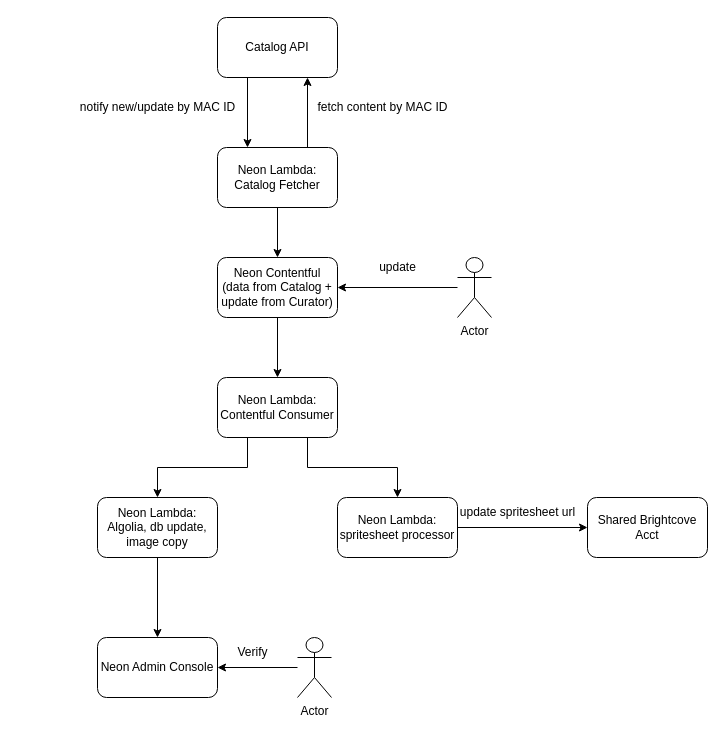
Before: Untitled Diagram.drawio in leoshao/diagrams, a draw.io diagram. Source tidied: cells renumbered, new cells numbered last; positions are measured from the earlier drawing's top-left corner, leaving out a move shared by most shapes. Both pictures are drawn from the tidied source at 100%, with x=0, y=0 at pixel (67, 17).
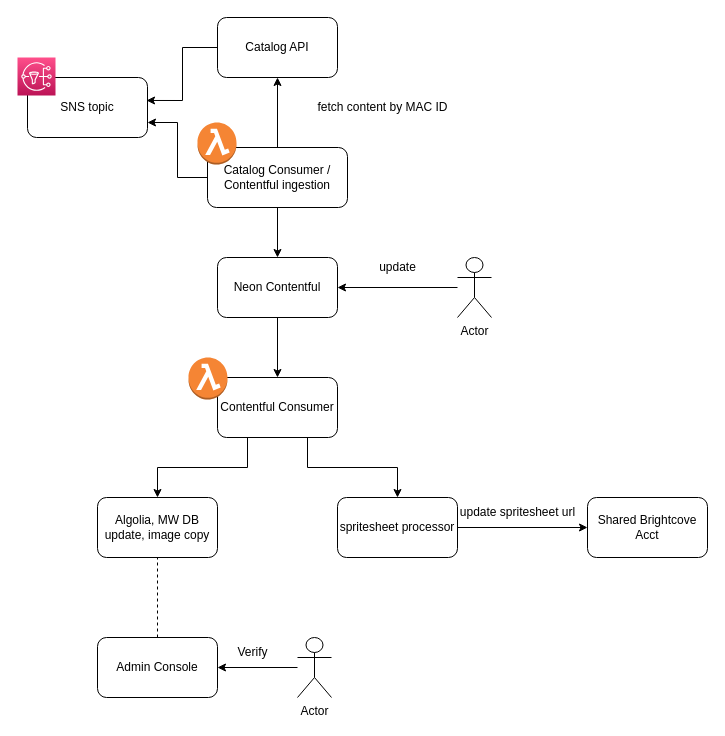
The same page after the edit.

Unchanged cells that the change refers to:
```xml
<mxCell id="5" value="Catalog API" style="rounded=1;whiteSpace=wrap;html=1;" parent="1" vertex="1">
  <mxGeometry x="150" width="120" height="60" as="geometry" />
</mxCell>
```

Diff of the diagram source:
```diff
@@
-    <mxCell id="3" value="Neon Contentful&lt;br&gt;(data from Catalog + update from Curator)" style="rounded=1;whiteSpace=wrap;html=1;" parent="1" vertex="1">
+    <mxCell id="3" value="Neon Contentful" style="rounded=1;whiteSpace=wrap;html=1;" parent="1" vertex="1">
       <mxGeometry x="150" y="240" width="120" height="60" as="geometry" />
     </mxCell>
-    <mxCell id="4" style="edgeStyle=orthogonalEdgeStyle;rounded=0;jettySize=auto;html=1;exitX=0.25;exitY=1;exitDx=0;exitDy=0;entryX=0.25;entryY=0;entryDx=0;entryDy=0;" parent="1" edge="1" source="5" target="8">
-      <mxGeometry relative="1" as="geometry" />
-    </mxCell>
+    <mxCell id="27" style="edgeStyle=orthogonalEdgeStyle;rounded=0;jettySize=auto;html=1;exitX=0;exitY=0.5;exitDx=0;exitDy=0;entryX=0.992;entryY=0.383;entryDx=0;entryDy=0;entryPerimeter=0;" parent="1" edge="1" source="5" target="29">
+      <mxGeometry relative="1" as="geometry" />
+    </mxCell>
@@
+    <mxCell id="7" style="edgeStyle=orthogonalEdgeStyle;rounded=0;jettySize=auto;html=1;exitX=0.5;exitY=1;exitDx=0;exitDy=0;entryX=0.5;entryY=0;entryDx=0;entryDy=0;" parent="1" edge="1" source="8" target="3">
+      <mxGeometry relative="1" as="geometry" />
+    </mxCell>
+    <mxCell id="28" style="edgeStyle=orthogonalEdgeStyle;rounded=0;jettySize=auto;html=1;exitX=0;exitY=0.5;exitDx=0;exitDy=0;entryX=1;entryY=0.75;entryDx=0;entryDy=0;" parent="1" edge="1" source="8" target="29">
+      <mxGeometry relative="1" as="geometry" />
+    </mxCell>
-    <mxCell id="6" style="edgeStyle=orthogonalEdgeStyle;rounded=0;jettySize=auto;html=1;exitX=0.75;exitY=0;exitDx=0;exitDy=0;entryX=0.75;entryY=1;entryDx=0;entryDy=0;" parent="1" edge="1" source="8" target="5">
+    <mxCell id="6" style="edgeStyle=orthogonalEdgeStyle;rounded=0;jettySize=auto;html=1;exitX=0.5;exitY=0;exitDx=0;exitDy=0;entryX=0.5;entryY=1;entryDx=0;entryDy=0;" parent="1" edge="1" source="8" target="5">
       <mxGeometry relative="1" as="geometry" />
     </mxCell>
-    <mxCell id="7" style="edgeStyle=orthogonalEdgeStyle;rounded=0;jettySize=auto;html=1;exitX=0.5;exitY=1;exitDx=0;exitDy=0;entryX=0.5;entryY=0;entryDx=0;entryDy=0;" parent="1" edge="1" source="8" target="3">
-      <mxGeometry relative="1" as="geometry" />
-    </mxCell>
-    <mxCell id="8" value="Neon Lambda: Catalog Fetcher" style="rounded=1;whiteSpace=wrap;html=1;" parent="1" vertex="1">
-      <mxGeometry x="150" y="130" width="120" height="60" as="geometry" />
+    <mxCell id="8" value="Catalog Consumer / Contentful ingestion" style="rounded=1;whiteSpace=wrap;html=1;" parent="1" vertex="1">
+      <mxGeometry x="140" y="130" width="140" height="60" as="geometry" />
     </mxCell>
-    <mxCell id="9" value="notify new/update by MAC ID" style="text;html=1;align=center;verticalAlign=middle;strokeColor=none;fillColor=none;" parent="1" vertex="1">
-      <mxGeometry y="75" width="180" height="30" as="geometry" />
-    </mxCell>
@@
-    <mxCell id="16" value="Neon Lambda:&lt;br&gt;Contentful Consumer" style="rounded=1;whiteSpace=wrap;html=1;" parent="1" vertex="1">
+    <mxCell id="16" value="Contentful Consumer" style="rounded=1;whiteSpace=wrap;html=1;" parent="1" vertex="1">
       <mxGeometry x="150" y="360" width="120" height="60" as="geometry" />
     </mxCell>
-    <mxCell id="17" style="edgeStyle=orthogonalEdgeStyle;rounded=0;jettySize=auto;html=1;" parent="1" edge="1" source="18" target="23">
-      <mxGeometry relative="1" as="geometry" />
-    </mxCell>
-    <mxCell id="18" value="Neon Lambda:&lt;br&gt;Algolia, db update, image copy" style="rounded=1;whiteSpace=wrap;html=1;" parent="1" vertex="1">
+    <mxCell id="18" value="Algolia, MW DB update, image copy" style="rounded=1;whiteSpace=wrap;html=1;" parent="1" vertex="1">
       <mxGeometry x="30" y="480" width="120" height="60" as="geometry" />
     </mxCell>
@@
-    <mxCell id="20" value="Neon Lambda:&lt;br&gt;spritesheet processor" style="rounded=1;whiteSpace=wrap;html=1;" parent="1" vertex="1">
+    <mxCell id="20" value="spritesheet processor" style="rounded=1;whiteSpace=wrap;html=1;" parent="1" vertex="1">
       <mxGeometry x="270" y="480" width="120" height="60" as="geometry" />
     </mxCell>
@@
-    <mxCell id="23" value="Neon Admin Console" style="whiteSpace=wrap;html=1;rounded=1;" parent="1" vertex="1">
+    <mxCell id="23" value="Admin Console" style="whiteSpace=wrap;html=1;rounded=1;" parent="1" vertex="1">
       <mxGeometry x="30" y="620" width="120" height="60" as="geometry" />
     </mxCell>
@@
+    <mxCell id="29" value="SNS topic" style="rounded=1;whiteSpace=wrap;html=1;" parent="1" vertex="1">
+      <mxGeometry x="-40" y="60" width="120" height="60" as="geometry" />
+    </mxCell>
+    <mxCell id="30" style="endArrow=none;dashed=1;html=1;rounded=0;entryX=0.5;entryY=1;entryDx=0;entryDy=0;exitX=0.5;exitY=0;exitDx=0;exitDy=0;" parent="1" edge="1" source="23" target="18">
+      <mxGeometry relative="1" as="geometry" />
+    </mxCell>
+    <mxCell id="31" style="dashed=0;verticalLabelPosition=bottom;verticalAlign=top;align=center;html=1;shape=mxgraph.aws3.lambda_function;fillColor=#F58534;gradientColor=none;" parent="1" vertex="1">
+      <mxGeometry x="121" y="340" width="39" height="42" as="geometry" />
+    </mxCell>
+    <mxCell id="32" style="dashed=0;verticalLabelPosition=bottom;verticalAlign=top;align=center;html=1;shape=mxgraph.aws3.lambda_function;fillColor=#F58534;gradientColor=none;" parent="1" vertex="1">
+      <mxGeometry x="130" y="105" width="39" height="42" as="geometry" />
+    </mxCell>
+    <mxCell id="33" style="sketch=0;fontColor=#232F3E;gradientColor=#FF4F8B;gradientDirection=north;fillColor=#BC1356;strokeColor=#ffffff;dashed=0;verticalLabelPosition=bottom;verticalAlign=top;align=center;html=1;fontSize=12;fontStyle=0;shape=mxgraph.aws4.resourceIcon;resIcon=mxgraph.aws4.sns;" parent="1" vertex="1">
+      <mxGeometry x="-50" y="40" width="38" height="38" as="geometry" />
+    </mxCell>
```
